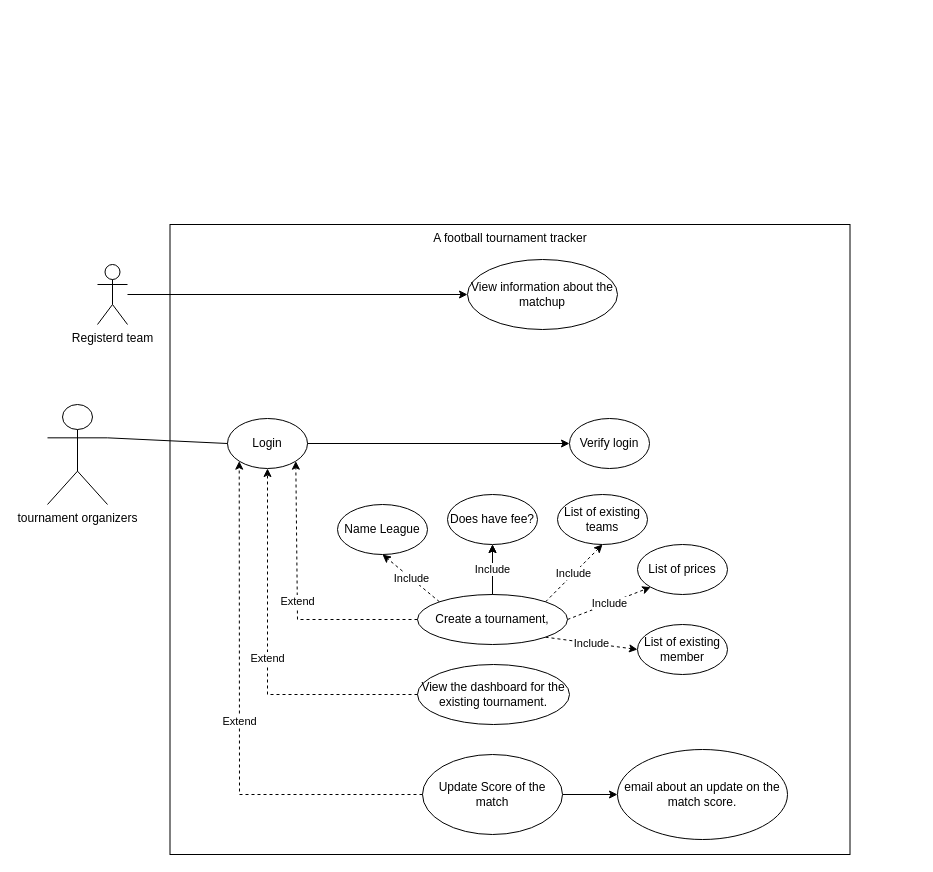
Earlier version of the draw.io diagram Do An/Báo cáo giữa kì/Use case diagram.drawio (LapTrinhMangProject/NT106.N22.Group10). Source tidied: cells renumbered, new cells numbered last; positions are measured from the earlier drawing's top-left corner, leaving out a move shared by most shapes. Both pictures are drawn from the tidied source at 100%, with x=0, y=0 at pixel (47, 24).
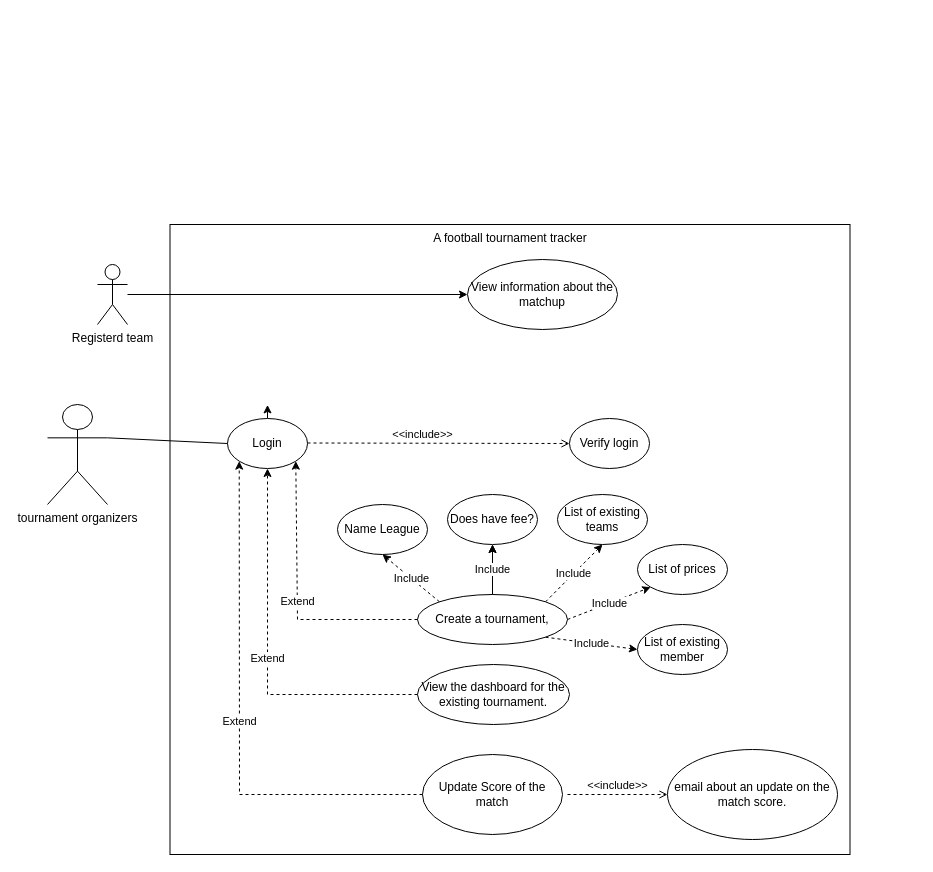
The same diagram, later.

The change refers to these unchanged cells:
```xml
<mxCell id="2" value="A football tournament tracker" style="rounded=0;whiteSpace=wrap;html=1;verticalAlign=top;" parent="1" vertex="1">
  <mxGeometry x="122.5" y="200" width="680" height="630" as="geometry" />
</mxCell>
<mxCell id="4" value="Login" style="ellipse;whiteSpace=wrap;html=1;" parent="1" vertex="1">
  <mxGeometry x="180" y="394" width="80" height="50" as="geometry" />
</mxCell>
<mxCell id="5" value="Verify login" style="ellipse;whiteSpace=wrap;html=1;" parent="1" vertex="1">
  <mxGeometry x="522" y="394" width="80" height="50" as="geometry" />
</mxCell>
<mxCell id="21" value="Update Score of the match" style="ellipse;whiteSpace=wrap;html=1;" parent="1" vertex="1">
  <mxGeometry x="375" y="730" width="140" height="80" as="geometry" />
</mxCell>
```

The edit, as a diff of the source:
```diff
@@
+    <mxCell id="31" style="edgeStyle=orthogonalEdgeStyle;rounded=0;jettySize=auto;html=1;" parent="1" edge="1" source="4" target="2">
+      <mxGeometry relative="1" as="geometry">
+        <Array as="points">
+          <mxPoint x="400" y="410" />
+          <mxPoint x="400" y="410" />
+        </Array>
+      </mxGeometry>
+    </mxCell>
@@
-    <mxCell id="6" style="endArrow=classic;html=1;rounded=0;exitX=1;exitY=0.5;exitDx=0;exitDy=0;entryX=0;entryY=0.5;entryDx=0;entryDy=0;" parent="1" edge="1" source="4" target="5">
-      <mxGeometry relative="1" as="geometry" />
-    </mxCell>
@@
-    <mxCell id="20" style="edgeStyle=orthogonalEdgeStyle;rounded=0;jettySize=auto;html=1;" parent="1" edge="1" source="21" target="23">
-      <mxGeometry relative="1" as="geometry" />
-    </mxCell>
@@
     <mxCell id="23" value="email about an update on the match score." style="ellipse;whiteSpace=wrap;html=1;" parent="1" vertex="1">
-      <mxGeometry x="570" y="725" width="170" height="90" as="geometry" />
+      <mxGeometry x="620" y="725" width="170" height="90" as="geometry" />
     </mxCell>
@@
+    <mxCell id="32" value="&amp;lt;&amp;lt;include&amp;gt;&amp;gt;" style="html=1;verticalAlign=bottom;labelBackgroundColor=none;endArrow=open;endFill=0;dashed=1;rounded=0;entryX=0;entryY=0.5;entryDx=0;entryDy=0;" parent="1" edge="1" target="5">
+      <mxGeometry x="-0.12" relative="1" as="geometry">
+        <mxPoint x="260" y="418.5" as="sourcePoint" />
+      </mxGeometry>
+    </mxCell>
+    <mxCell id="33" value="&amp;lt;&amp;lt;include&amp;gt;&amp;gt;" style="html=1;verticalAlign=bottom;labelBackgroundColor=none;endArrow=open;endFill=0;dashed=1;rounded=0;" parent="1" edge="1" target="23">
+      <mxGeometry relative="1" as="geometry">
+        <mxPoint x="520" y="770" as="sourcePoint" />
+      </mxGeometry>
+    </mxCell>
```
